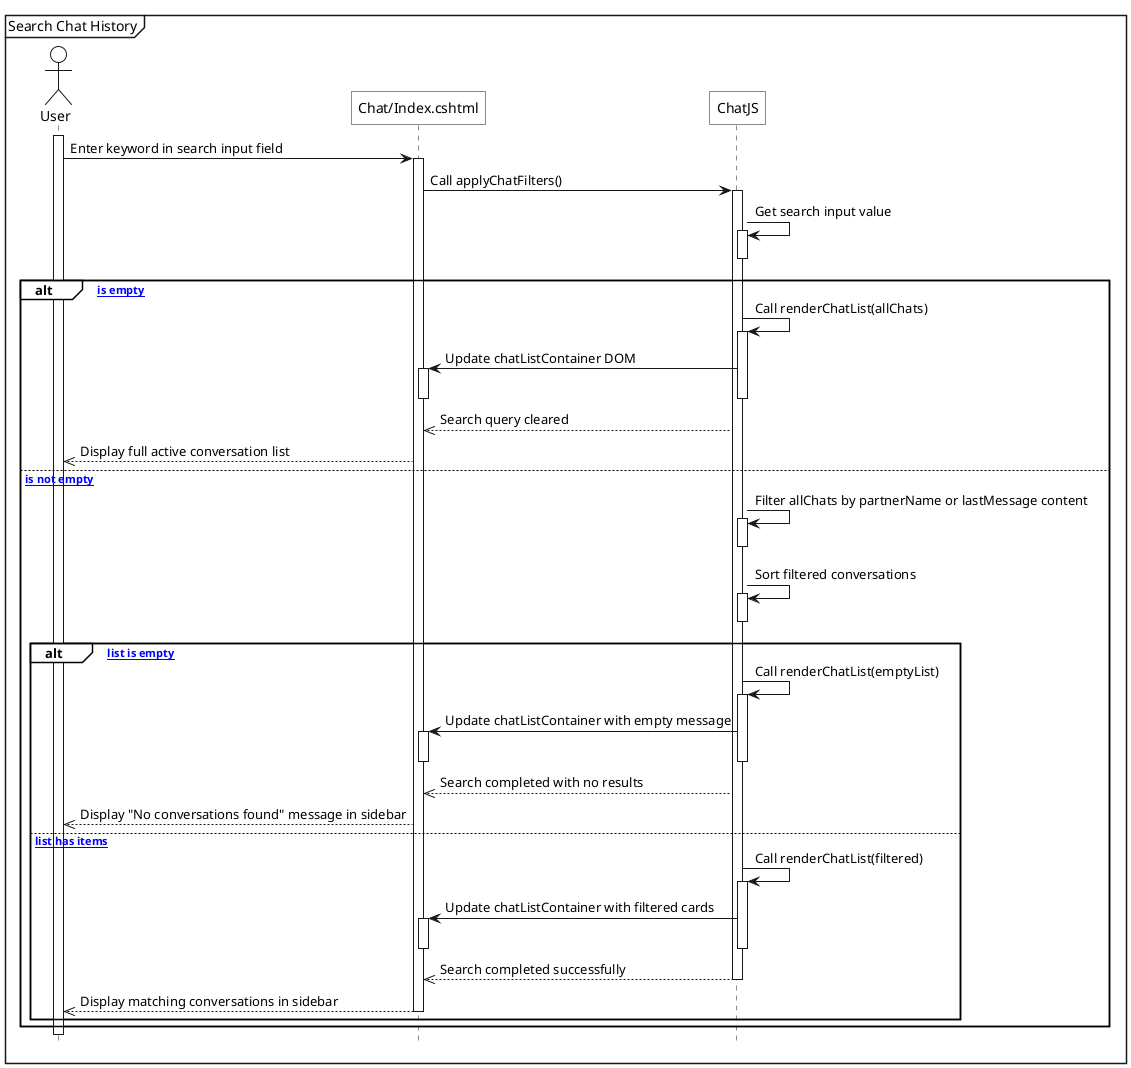
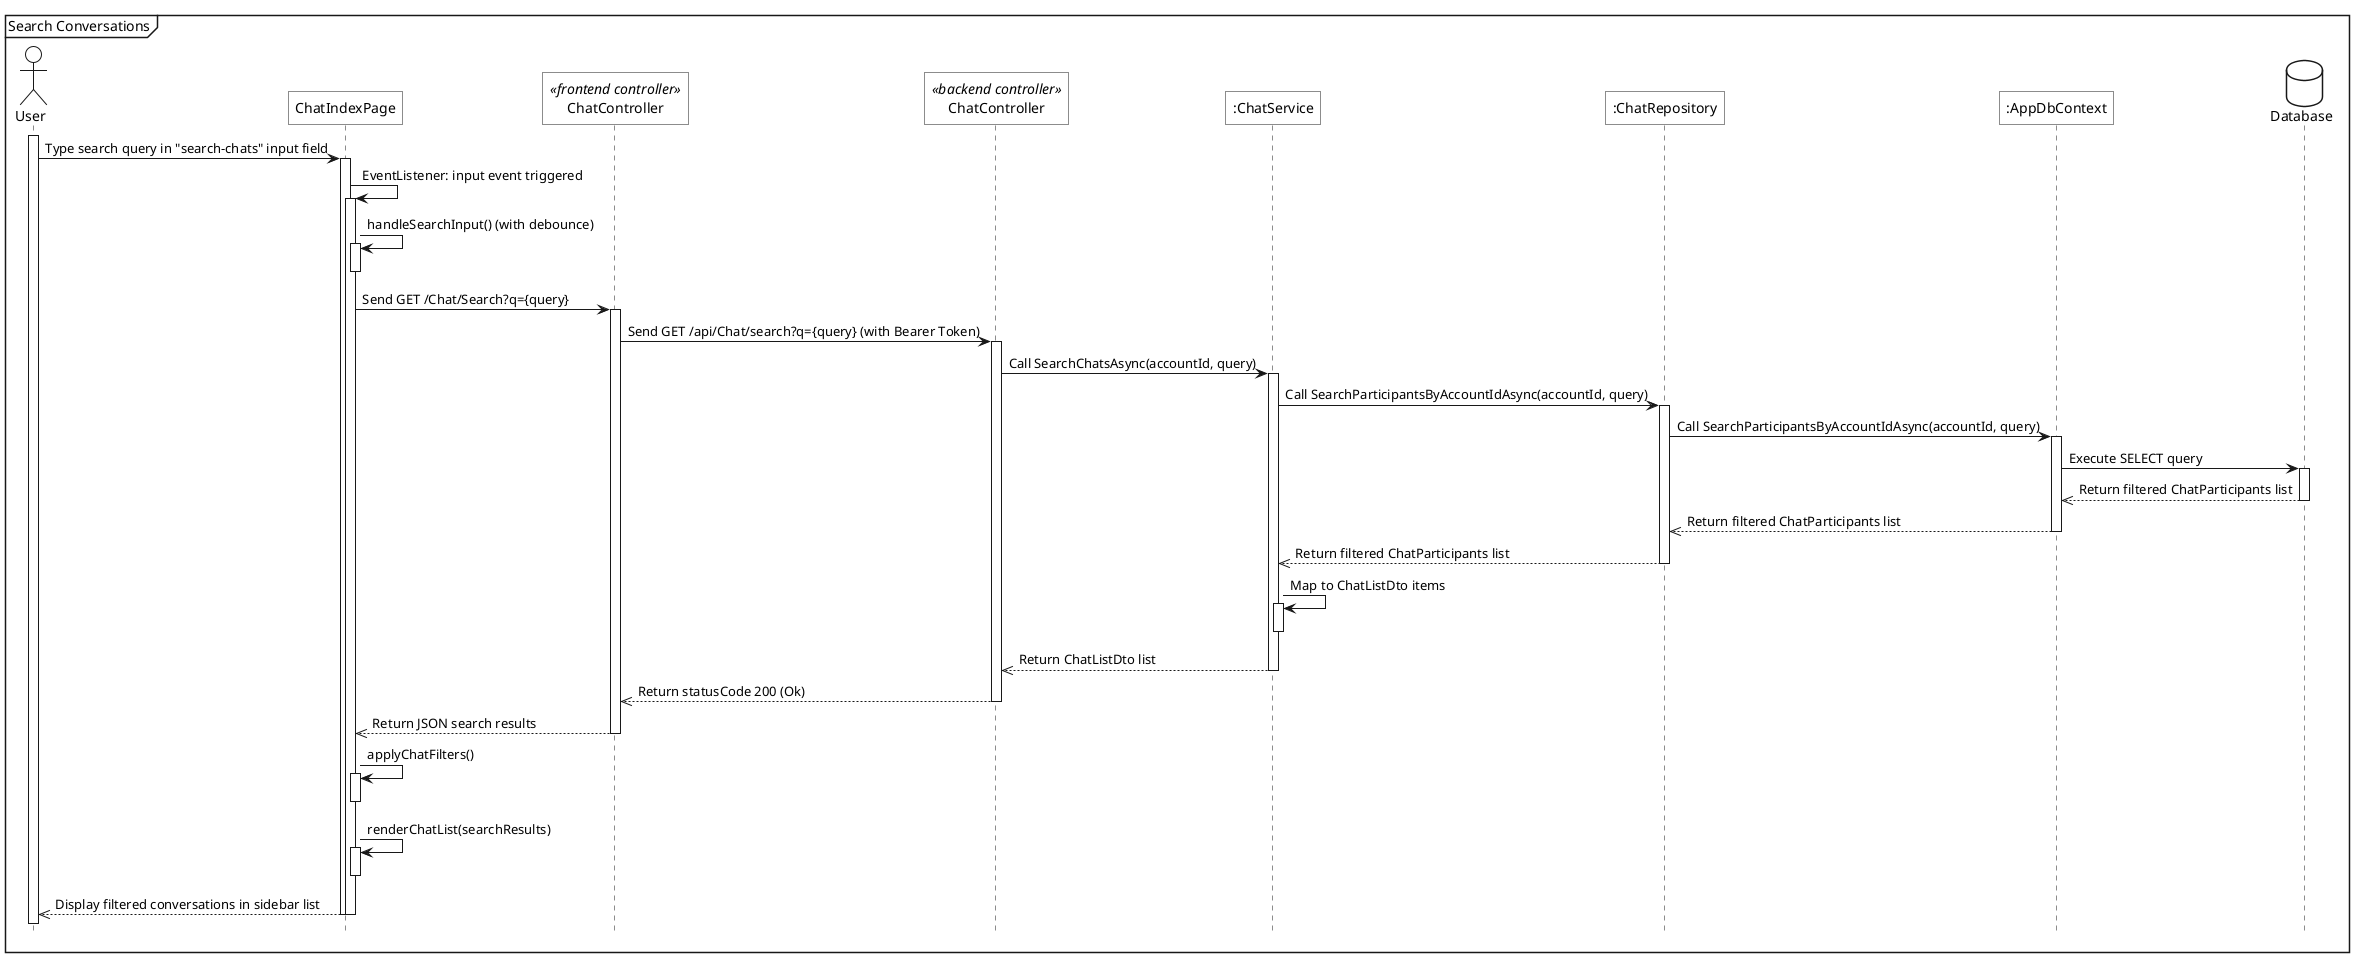
@startuml
<style>
    sequenceDiagram{
        actor{
            BackgroundColor white
            LineThickness 1.0
        }
        participant{
            BackgroundColor white
            RoundCorner 0
        }
        database{
            BackgroundColor white
        }
        groupHeader{
            BackgroundColor white
        }
        referenceHeader{
            BackgroundColor white
        }
        reference{
            BackgroundColor white
        }
    }
</style>

hide footbox

- mainframe Search Chat History
+ mainframe Search Conversations
+ 
actor User as act
- 
- participant "Chat/Index.cshtml" as view
- participant "ChatJS" as js_ctrl
+ participant "ChatIndexPage" as view
+ participant "ChatController" as fe_ctrl <<frontend controller>>
+ participant "ChatController" as be_ctrl <<backend controller>>
+ participant ":ChatService" as sv
+ participant ":ChatRepository" as repo
+ participant ":AppDbContext" as ctx
+ database Database as db

act++
- act->view++: Enter keyword in search input field
- view->js_ctrl++: Call applyChatFilters()
+ act->view++: Type search query in "search-chats" input field
+ view->view++: EventListener: input event triggered

- js_ctrl->js_ctrl++: Get search input value
- js_ctrl--
+ view->view++: handleSearchInput() (with debounce)
+ view--

- alt [Query is empty]
-     js_ctrl->js_ctrl++: Call renderChatList(allChats)
-     js_ctrl->view++: Update chatListContainer DOM
-     view--
-     js_ctrl--
-     js_ctrl-->>view: Search query cleared
-     view-->>act: Display full active conversation list
- else [Query is not empty]
-     js_ctrl->js_ctrl++: Filter allChats by partnerName or lastMessage content
-     js_ctrl--
+ view->fe_ctrl++: Send GET /Chat/Search?q={query}
+ fe_ctrl->be_ctrl++: Send GET /api/Chat/search?q={query} (with Bearer Token)

-     js_ctrl->js_ctrl++: Sort filtered conversations
-     js_ctrl--
+ be_ctrl->sv++: Call SearchChatsAsync(accountId, query)

-     alt [Filtered list is empty]
-         js_ctrl->js_ctrl++: Call renderChatList(emptyList)
-         js_ctrl->view++: Update chatListContainer with empty message
-         view--
-         js_ctrl--
-         js_ctrl-->>view: Search completed with no results
-         view-->>act: Display "No conversations found" message in sidebar
-     else [Filtered list has items]
-         js_ctrl->js_ctrl++: Call renderChatList(filtered)
-         js_ctrl->view++: Update chatListContainer with filtered cards
-         view--
-         js_ctrl--
-         js_ctrl-->>view--: Search completed successfully
-         view-->>act--: Display matching conversations in sidebar
-     end
- end
+ sv->repo++: Call SearchParticipantsByAccountIdAsync(accountId, query)
+ repo->ctx++: Call SearchParticipantsByAccountIdAsync(accountId, query)
+ ctx->db++: Execute SELECT query
+ 
+ db-->>ctx--: Return filtered ChatParticipants list
+ ctx-->>repo--: Return filtered ChatParticipants list
+ repo-->>sv--: Return filtered ChatParticipants list
+ 
+ sv->sv++: Map to ChatListDto items
+ sv--
+ 
+ sv-->>be_ctrl--: Return ChatListDto list
+ be_ctrl-->>fe_ctrl--: Return statusCode 200 (Ok)
+ fe_ctrl-->>view--: Return JSON search results
+ 
+ view->view++: applyChatFilters()
+ view--
+ view->view++: renderChatList(searchResults)
+ view--
+ 
+ view-->>act--: Display filtered conversations in sidebar list
+ deactivate view
+ 
@enduml
